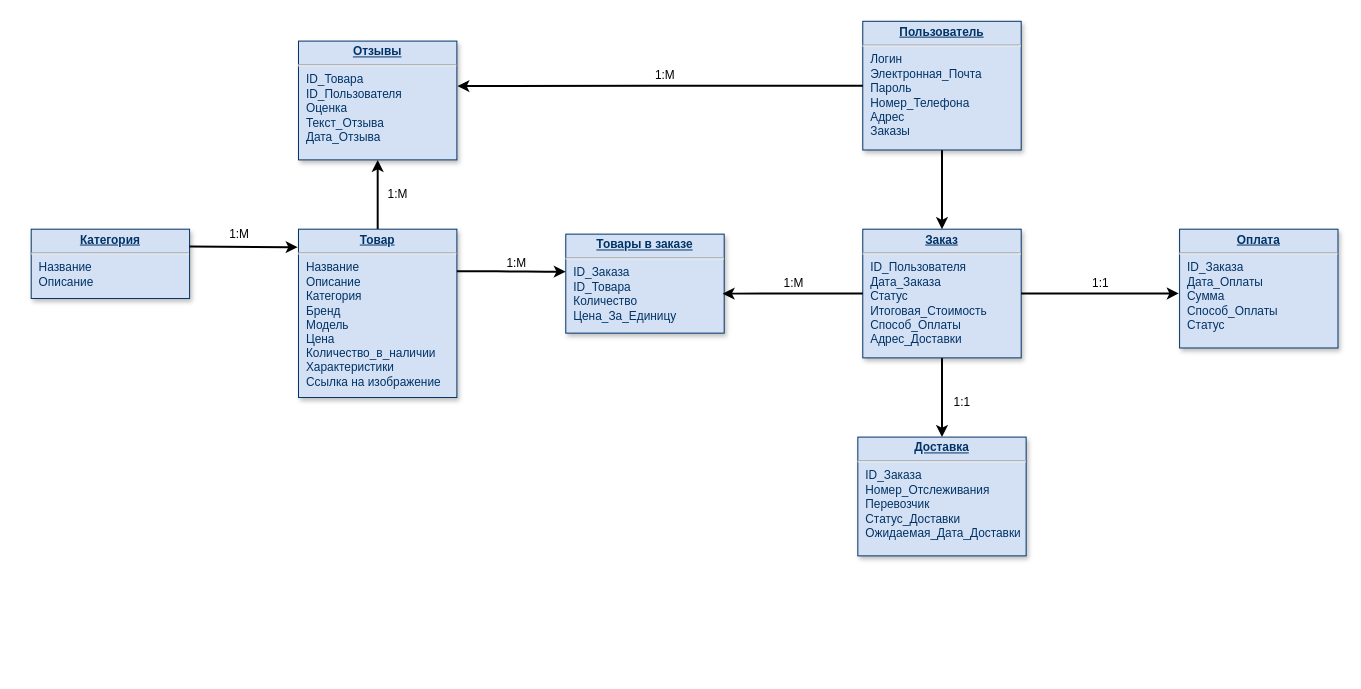
Earlier version of the draw.io diagram Схема_сущностей_PCStation.drawio (graduation318/PCStation). Source tidied: cells renumbered, new cells numbered last; positions are measured from the earlier drawing's top-left corner, leaving out a move shared by most shapes. Both pictures are drawn from the tidied source at 99%, with x=0, y=0 at pixel (31, 21).
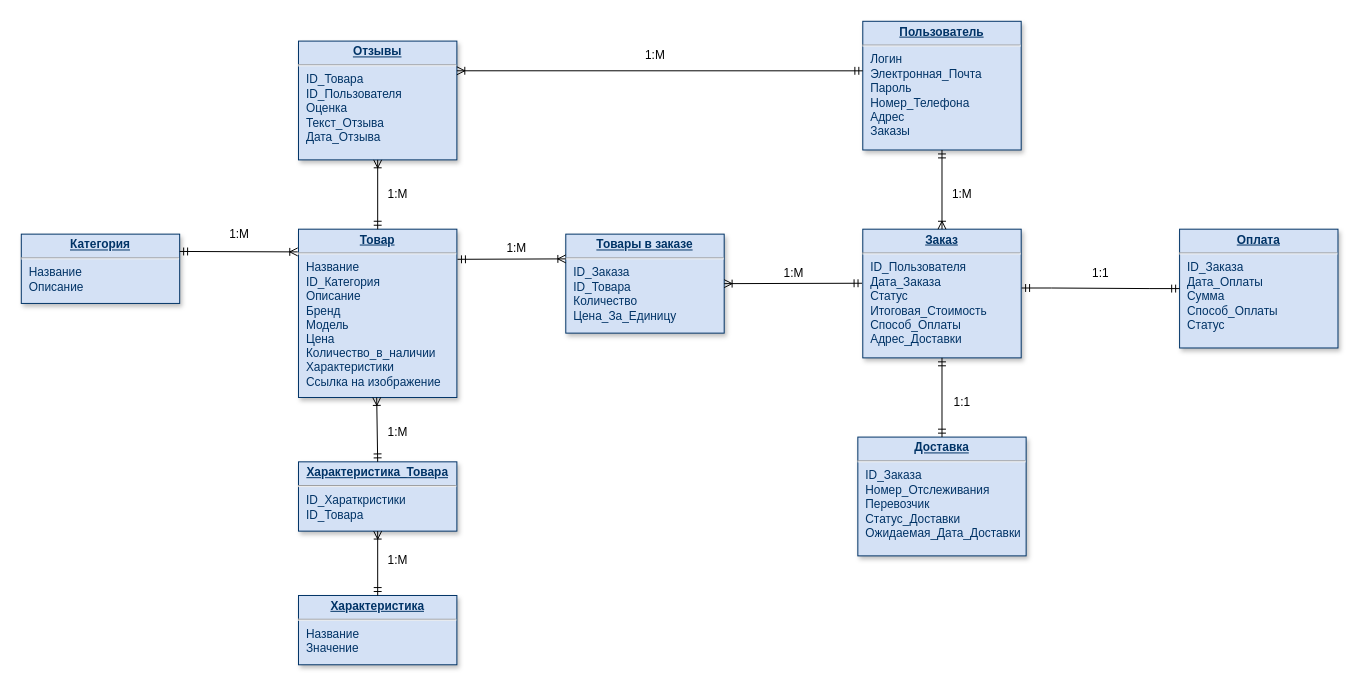
The same diagram, later.

The change refers to these unchanged cells:
```xml
<mxCell id="6" value="&lt;p style=&quot;margin: 0px; margin-top: 4px; text-align: center; text-decoration: underline;&quot;&gt;&lt;strong&gt;Заказ&lt;/strong&gt;&lt;/p&gt;&lt;hr&gt;&lt;p style=&quot;margin: 0px; margin-left: 8px;&quot;&gt;ID_Пользователя&lt;/p&gt;&lt;p style=&quot;margin: 0px; margin-left: 8px;&quot;&gt;Дата_Заказа&lt;/p&gt;&lt;p style=&quot;margin: 0px; margin-left: 8px;&quot;&gt;Статус&lt;/p&gt;&lt;p style=&quot;margin: 0px; margin-left: 8px;&quot;&gt;Итоговая_Стоимость&lt;/p&gt;&lt;p style=&quot;margin: 0px; margin-left: 8px;&quot;&gt;Способ_Оплаты&lt;/p&gt;&lt;p style=&quot;margin: 0px; margin-left: 8px;&quot;&gt;Адрес_Доставки&lt;/p&gt;" style="verticalAlign=top;align=left;overflow=fill;fontSize=12;fontFamily=Helvetica;html=1;strokeColor=#003366;shadow=1;fillColor=#D4E1F5;fontColor=#003366;" parent="1" vertex="1">
  <mxGeometry x="840" y="210" width="160" height="130" as="geometry" />
</mxCell>
<mxCell id="7" value="&lt;p style=&quot;margin: 0px; margin-top: 4px; text-align: center; text-decoration: underline;&quot;&gt;&lt;strong&gt;Товары в заказе&lt;/strong&gt;&lt;/p&gt;&lt;hr&gt;&lt;p style=&quot;margin: 0px; margin-left: 8px;&quot;&gt;ID_Заказа&lt;/p&gt;&lt;p style=&quot;margin: 0px; margin-left: 8px;&quot;&gt;ID_Товара&lt;/p&gt;&lt;p style=&quot;margin: 0px; margin-left: 8px;&quot;&gt;Количество&lt;/p&gt;&lt;p style=&quot;margin: 0px; margin-left: 8px;&quot;&gt;Цена_За_Единицу&lt;/p&gt;&lt;p style=&quot;margin: 0px; margin-left: 8px;&quot;&gt;&lt;br&gt;&lt;/p&gt;" style="verticalAlign=top;align=left;overflow=fill;fontSize=12;fontFamily=Helvetica;html=1;strokeColor=#003366;shadow=1;fillColor=#D4E1F5;fontColor=#003366;" parent="1" vertex="1">
  <mxGeometry x="540" y="215" width="160" height="100" as="geometry" />
</mxCell>
<mxCell id="9" value="&lt;p style=&quot;margin: 0px; margin-top: 4px; text-align: center; text-decoration: underline;&quot;&gt;&lt;strong&gt;Пользователь&lt;/strong&gt;&lt;/p&gt;&lt;hr&gt;&lt;p style=&quot;margin: 0px; margin-left: 8px;&quot;&gt;Логин&lt;/p&gt;&lt;p style=&quot;margin: 0px; margin-left: 8px;&quot;&gt;Электронная_Почта&lt;/p&gt;&lt;p style=&quot;margin: 0px; margin-left: 8px;&quot;&gt;Пароль&lt;/p&gt;&lt;p style=&quot;margin: 0px; margin-left: 8px;&quot;&gt;Номер_Телефона&lt;/p&gt;&lt;p style=&quot;margin: 0px; margin-left: 8px;&quot;&gt;Адрес&lt;/p&gt;&lt;p style=&quot;margin: 0px; margin-left: 8px;&quot;&gt;Заказы&lt;/p&gt;&lt;p style=&quot;margin: 0px; margin-left: 8px;&quot;&gt;&lt;br&gt;&lt;/p&gt;" style="verticalAlign=top;align=left;overflow=fill;fontSize=12;fontFamily=Helvetica;html=1;strokeColor=#003366;shadow=1;fillColor=#D4E1F5;fontColor=#003366;" parent="1" vertex="1">
  <mxGeometry x="840" width="160" height="130" as="geometry" />
</mxCell>
<mxCell id="10" value="&lt;p style=&quot;margin: 0px; margin-top: 4px; text-align: center; text-decoration: underline;&quot;&gt;&lt;strong&gt;Оплата&lt;/strong&gt;&lt;/p&gt;&lt;hr&gt;&lt;p style=&quot;margin: 0px; margin-left: 8px;&quot;&gt;ID_Заказа&lt;/p&gt;&lt;p style=&quot;margin: 0px; margin-left: 8px;&quot;&gt;Дата_Оплаты&lt;/p&gt;&lt;p style=&quot;margin: 0px; margin-left: 8px;&quot;&gt;Сумма&lt;/p&gt;&lt;p style=&quot;margin: 0px; margin-left: 8px;&quot;&gt;Способ_Оплаты&lt;/p&gt;&lt;p style=&quot;margin: 0px; margin-left: 8px;&quot;&gt;Статус&lt;/p&gt;&lt;p style=&quot;margin: 0px; margin-left: 8px;&quot;&gt;&lt;br&gt;&lt;/p&gt;" style="verticalAlign=top;align=left;overflow=fill;fontSize=12;fontFamily=Helvetica;html=1;strokeColor=#003366;shadow=1;fillColor=#D4E1F5;fontColor=#003366;" parent="1" vertex="1">
  <mxGeometry x="1160" y="210" width="160" height="120" as="geometry" />
</mxCell>
<mxCell id="11" value="&lt;p style=&quot;margin: 0px; margin-top: 4px; text-align: center; text-decoration: underline;&quot;&gt;&lt;strong&gt;Доставка&lt;/strong&gt;&lt;/p&gt;&lt;hr&gt;&lt;p style=&quot;margin: 0px; margin-left: 8px;&quot;&gt;&lt;span style=&quot;background-color: transparent; color: light-dark(rgb(0, 51, 102), rgb(161, 205, 249));&quot;&gt;ID_Заказа&lt;/span&gt;&lt;/p&gt;&lt;p style=&quot;margin: 0px; margin-left: 8px;&quot;&gt;&lt;span style=&quot;background-color: transparent; color: light-dark(rgb(0, 51, 102), rgb(161, 205, 249));&quot;&gt;Номер_Отслеживания&lt;/span&gt;&lt;/p&gt;&lt;p style=&quot;margin: 0px; margin-left: 8px;&quot;&gt;Перевозчик&lt;/p&gt;&lt;p style=&quot;margin: 0px; margin-left: 8px;&quot;&gt;Статус_Доставки&lt;/p&gt;&lt;p style=&quot;margin: 0px; margin-left: 8px;&quot;&gt;Ожидаемая_Дата_Доставки&lt;/p&gt;&lt;p style=&quot;margin: 0px; margin-left: 8px;&quot;&gt;&lt;br&gt;&lt;/p&gt;" style="verticalAlign=top;align=left;overflow=fill;fontSize=12;fontFamily=Helvetica;html=1;strokeColor=#003366;shadow=1;fillColor=#D4E1F5;fontColor=#003366;" parent="1" vertex="1">
  <mxGeometry x="835" y="420" width="170" height="120" as="geometry" />
</mxCell>
<mxCell id="12" value="&lt;p style=&quot;margin: 0px; margin-top: 4px; text-align: center; text-decoration: underline;&quot;&gt;&lt;strong&gt;Отзывы&lt;/strong&gt;&lt;/p&gt;&lt;hr&gt;&lt;p style=&quot;margin: 0px; margin-left: 8px;&quot;&gt;ID_Товара&lt;/p&gt;&lt;p style=&quot;margin: 0px; margin-left: 8px;&quot;&gt;ID_Пользователя&lt;/p&gt;&lt;p style=&quot;margin: 0px; margin-left: 8px;&quot;&gt;Оценка&lt;/p&gt;&lt;p style=&quot;margin: 0px; margin-left: 8px;&quot;&gt;Текст_Отзыва&lt;/p&gt;&lt;p style=&quot;margin: 0px; margin-left: 8px;&quot;&gt;Дата_Отзыва&lt;/p&gt;&lt;p style=&quot;margin: 0px; margin-left: 8px;&quot;&gt;&lt;br&gt;&lt;/p&gt;" style="verticalAlign=top;align=left;overflow=fill;fontSize=12;fontFamily=Helvetica;html=1;strokeColor=#003366;shadow=1;fillColor=#D4E1F5;fontColor=#003366;" parent="1" vertex="1">
  <mxGeometry x="270" y="20" width="160" height="120" as="geometry" />
</mxCell>
```

The edit, as a diff of the source:
```diff
@@
-    <mxCell id="2" style="edgeStyle=orthogonalEdgeStyle;rounded=1;jettySize=auto;html=1;exitX=0.5;exitY=0;exitDx=0;exitDy=0;entryX=0.5;entryY=1;entryDx=0;entryDy=0;strokeColor=default;strokeWidth=2;align=center;verticalAlign=middle;fontFamily=Helvetica;fontSize=11;fontColor=default;labelBackgroundColor=default;jumpStyle=none;endArrow=classic;curved=0;" parent="1" edge="1" source="3" target="12">
-      <mxGeometry relative="1" as="geometry" />
-    </mxCell>
-    <mxCell id="3" value="&lt;p style=&quot;margin: 0px; margin-top: 4px; text-align: center; text-decoration: underline;&quot;&gt;&lt;strong&gt;Товар&lt;/strong&gt;&lt;/p&gt;&lt;hr&gt;&lt;p style=&quot;margin: 0px; margin-left: 8px;&quot;&gt;Название&lt;/p&gt;&lt;p style=&quot;margin: 0px; margin-left: 8px;&quot;&gt;Описание&lt;/p&gt;&lt;p style=&quot;margin: 0px; margin-left: 8px;&quot;&gt;Категория&lt;/p&gt;&lt;p style=&quot;margin: 0px; margin-left: 8px;&quot;&gt;Бренд&lt;/p&gt;&lt;p style=&quot;margin: 0px; margin-left: 8px;&quot;&gt;Модель&lt;/p&gt;&lt;p style=&quot;margin: 0px; margin-left: 8px;&quot;&gt;Цена&lt;/p&gt;&lt;p style=&quot;margin: 0px; margin-left: 8px;&quot;&gt;Количество_в_наличии&lt;/p&gt;&lt;p style=&quot;margin: 0px; margin-left: 8px;&quot;&gt;Характеристики&lt;/p&gt;&lt;p style=&quot;margin: 0px; margin-left: 8px;&quot;&gt;Ссылка на изображение&lt;/p&gt;" style="verticalAlign=top;align=left;overflow=fill;fontSize=12;fontFamily=Helvetica;html=1;strokeColor=#003366;shadow=1;fillColor=#D4E1F5;fontColor=#003366;" parent="1" vertex="1">
+    <mxCell id="3" value="&lt;p style=&quot;margin: 0px; margin-top: 4px; text-align: center; text-decoration: underline;&quot;&gt;&lt;strong&gt;Товар&lt;/strong&gt;&lt;/p&gt;&lt;hr&gt;&lt;p style=&quot;margin: 0px; margin-left: 8px;&quot;&gt;Название&lt;/p&gt;&lt;p style=&quot;margin: 0px; margin-left: 8px;&quot;&gt;ID_Категория&lt;/p&gt;&lt;p style=&quot;margin: 0px; margin-left: 8px;&quot;&gt;Описание&lt;/p&gt;&lt;p style=&quot;margin: 0px; margin-left: 8px;&quot;&gt;Бренд&lt;/p&gt;&lt;p style=&quot;margin: 0px; margin-left: 8px;&quot;&gt;Модель&lt;/p&gt;&lt;p style=&quot;margin: 0px; margin-left: 8px;&quot;&gt;Цена&lt;/p&gt;&lt;p style=&quot;margin: 0px; margin-left: 8px;&quot;&gt;Количество_в_наличии&lt;/p&gt;&lt;p style=&quot;margin: 0px; margin-left: 8px;&quot;&gt;Характеристики&lt;/p&gt;&lt;p style=&quot;margin: 0px; margin-left: 8px;&quot;&gt;Ссылка на изображение&lt;/p&gt;" style="verticalAlign=top;align=left;overflow=fill;fontSize=12;fontFamily=Helvetica;html=1;strokeColor=#003366;shadow=1;fillColor=#D4E1F5;fontColor=#003366;" parent="1" vertex="1">
       <mxGeometry x="270" y="210" width="160" height="170" as="geometry" />
     </mxCell>
     <mxCell id="4" value="&lt;p style=&quot;margin: 0px; margin-top: 4px; text-align: center; text-decoration: underline;&quot;&gt;&lt;strong&gt;Категория&lt;/strong&gt;&lt;/p&gt;&lt;hr&gt;&lt;p style=&quot;margin: 0px; margin-left: 8px;&quot;&gt;Название&lt;/p&gt;&lt;p style=&quot;margin: 0px; margin-left: 8px;&quot;&gt;Описание&lt;/p&gt;" style="verticalAlign=top;align=left;overflow=fill;fontSize=12;fontFamily=Helvetica;html=1;strokeColor=#003366;shadow=1;fillColor=#D4E1F5;fontColor=#003366;" parent="1" vertex="1">
-      <mxGeometry y="210" width="160" height="70" as="geometry" />
+      <mxGeometry x="-10" y="215" width="160" height="70" as="geometry" />
     </mxCell>
-    <mxCell id="5" style="edgeStyle=orthogonalEdgeStyle;rounded=1;jettySize=auto;html=1;exitX=0.5;exitY=1;exitDx=0;exitDy=0;entryX=0.5;entryY=0;entryDx=0;entryDy=0;strokeColor=default;strokeWidth=2;align=center;verticalAlign=middle;fontFamily=Helvetica;fontSize=11;fontColor=default;labelBackgroundColor=default;jumpStyle=none;endArrow=classic;curved=0;" parent="1" edge="1" source="6" target="11">
-      <mxGeometry relative="1" as="geometry" />
-    </mxCell>
@@
-    <mxCell id="8" style="edgeStyle=orthogonalEdgeStyle;rounded=1;jettySize=auto;html=1;exitX=0.5;exitY=1;exitDx=0;exitDy=0;entryX=0.5;entryY=0;entryDx=0;entryDy=0;strokeColor=default;strokeWidth=2;align=center;verticalAlign=middle;fontFamily=Helvetica;fontSize=11;fontColor=default;labelBackgroundColor=default;jumpStyle=none;endArrow=classic;curved=0;" parent="1" edge="1" source="9" target="6">
-      <mxGeometry relative="1" as="geometry" />
-    </mxCell>
@@
-    <mxCell id="13" style="edgeStyle=orthogonalEdgeStyle;rounded=1;jettySize=auto;html=1;exitX=0;exitY=0.5;exitDx=0;exitDy=0;entryX=0.99;entryY=0.601;entryDx=0;entryDy=0;entryPerimeter=0;strokeColor=default;strokeWidth=2;align=center;verticalAlign=middle;fontFamily=Helvetica;fontSize=11;fontColor=default;labelBackgroundColor=default;jumpStyle=none;endArrow=classic;curved=0;" parent="1" edge="1" source="6" target="7">
-      <mxGeometry relative="1" as="geometry" />
-    </mxCell>
-    <mxCell id="14" style="rounded=1;jettySize=auto;html=1;exitX=1;exitY=0.25;exitDx=0;exitDy=0;entryX=-0.005;entryY=0.107;entryDx=0;entryDy=0;entryPerimeter=0;strokeColor=default;strokeWidth=2;align=center;verticalAlign=middle;fontFamily=Helvetica;fontSize=11;fontColor=default;labelBackgroundColor=default;jumpStyle=none;endArrow=classic;" parent="1" edge="1" source="4" target="3">
-      <mxGeometry relative="1" as="geometry" />
-    </mxCell>
-    <mxCell id="15" style="rounded=1;jettySize=auto;html=1;exitX=1;exitY=0.25;exitDx=0;exitDy=0;entryX=0;entryY=0.379;entryDx=0;entryDy=0;entryPerimeter=0;strokeColor=default;strokeWidth=2;align=center;verticalAlign=middle;fontFamily=Helvetica;fontSize=11;fontColor=default;labelBackgroundColor=default;jumpStyle=none;endArrow=classic;edgeStyle=entityRelationEdgeStyle;" parent="1" edge="1" source="3" target="7">
-      <mxGeometry relative="1" as="geometry">
-        <Array as="points">
-          <mxPoint x="490" y="280" />
-          <mxPoint x="480" y="290" />
-          <mxPoint x="490" y="290" />
-        </Array>
-      </mxGeometry>
-    </mxCell>
-    <mxCell id="16" style="edgeStyle=orthogonalEdgeStyle;rounded=1;jettySize=auto;html=1;exitX=1;exitY=0.5;exitDx=0;exitDy=0;entryX=-0.005;entryY=0.541;entryDx=0;entryDy=0;entryPerimeter=0;strokeColor=default;strokeWidth=2;align=center;verticalAlign=middle;fontFamily=Helvetica;fontSize=11;fontColor=default;labelBackgroundColor=default;jumpStyle=none;endArrow=classic;curved=0;" parent="1" edge="1" source="6" target="10">
-      <mxGeometry relative="1" as="geometry" />
-    </mxCell>
-    <mxCell id="17" style="edgeStyle=orthogonalEdgeStyle;rounded=1;jettySize=auto;html=1;exitX=0;exitY=0.5;exitDx=0;exitDy=0;entryX=1.003;entryY=0.379;entryDx=0;entryDy=0;entryPerimeter=0;strokeColor=default;strokeWidth=2;align=center;verticalAlign=middle;fontFamily=Helvetica;fontSize=11;fontColor=default;labelBackgroundColor=default;jumpStyle=none;endArrow=classic;curved=0;" parent="1" edge="1" source="9" target="12">
-      <mxGeometry relative="1" as="geometry" />
-    </mxCell>
@@
     <mxCell id="19" value="1:М" style="text;html=1;align=center;verticalAlign=middle;strokeColor=none;fillColor=none;" parent="1" vertex="1">
-      <mxGeometry x="620" y="40" width="40" height="30" as="geometry" />
+      <mxGeometry x="610" y="20" width="40" height="30" as="geometry" />
     </mxCell>
     <mxCell id="20" value="1:М" style="text;html=1;align=center;verticalAlign=middle;strokeColor=none;fillColor=none;" parent="1" vertex="1">
-      <mxGeometry x="750" y="250" width="40" height="30" as="geometry" />
+      <mxGeometry x="750" y="240" width="40" height="30" as="geometry" />
     </mxCell>
     <mxCell id="21" value="1:1" style="text;html=1;align=center;verticalAlign=middle;strokeColor=none;fillColor=none;" parent="1" vertex="1">
-      <mxGeometry x="1060" y="250" width="40" height="30" as="geometry" />
+      <mxGeometry x="1060" y="240" width="40" height="30" as="geometry" />
     </mxCell>
@@
     <mxCell id="24" value="1:М" style="text;html=1;align=center;verticalAlign=middle;strokeColor=none;fillColor=none;" parent="1" vertex="1">
-      <mxGeometry x="470" y="230" width="40" height="30" as="geometry" />
+      <mxGeometry x="470" y="215" width="40" height="30" as="geometry" />
     </mxCell>
+    <mxCell id="25" value="&lt;p style=&quot;margin: 0px; margin-top: 4px; text-align: center; text-decoration: underline;&quot;&gt;&lt;strong&gt;Характеристика&lt;/strong&gt;&lt;/p&gt;&lt;hr&gt;&lt;p style=&quot;margin: 0px; margin-left: 8px;&quot;&gt;Название&lt;/p&gt;&lt;p style=&quot;margin: 0px; margin-left: 8px;&quot;&gt;Значение&lt;/p&gt;" style="verticalAlign=top;align=left;overflow=fill;fontSize=12;fontFamily=Helvetica;html=1;strokeColor=#003366;shadow=1;fillColor=#D4E1F5;fontColor=#003366;" parent="1" vertex="1">
+      <mxGeometry x="270" y="580" width="160" height="70" as="geometry" />
+    </mxCell>
+    <mxCell id="26" value="&lt;p style=&quot;margin: 0px; margin-top: 4px; text-align: center; text-decoration: underline;&quot;&gt;&lt;strong&gt;Характеристика_Товара&lt;/strong&gt;&lt;/p&gt;&lt;hr&gt;&lt;p style=&quot;margin: 0px; margin-left: 8px;&quot;&gt;ID_Хараткристики&lt;/p&gt;&lt;p style=&quot;margin: 0px; margin-left: 8px;&quot;&gt;ID_Товара&lt;/p&gt;" style="verticalAlign=top;align=left;overflow=fill;fontSize=12;fontFamily=Helvetica;html=1;strokeColor=#003366;shadow=1;fillColor=#D4E1F5;fontColor=#003366;" parent="1" vertex="1">
+      <mxGeometry x="270" y="445" width="160" height="70" as="geometry" />
+    </mxCell>
+    <mxCell id="27" style="fontSize=12;html=1;endArrow=ERoneToMany;startArrow=ERmandOne;rounded=0;entryX=0.5;entryY=1;entryDx=0;entryDy=0;exitX=0.5;exitY=0;exitDx=0;exitDy=0;" parent="1" edge="1" source="25" target="26">
+      <mxGeometry relative="1" as="geometry" />
+    </mxCell>
+    <mxCell id="28" style="fontSize=12;html=1;endArrow=ERoneToMany;startArrow=ERmandOne;rounded=0;exitX=0.5;exitY=0;exitDx=0;exitDy=0;" parent="1" edge="1" source="26">
+      <mxGeometry relative="1" as="geometry">
+        <mxPoint x="349" y="380" as="targetPoint" />
+      </mxGeometry>
+    </mxCell>
+    <mxCell id="14" style="fontSize=12;html=1;endArrow=ERoneToMany;startArrow=ERmandOne;rounded=0;exitX=1;exitY=0.25;exitDx=0;exitDy=0;entryX=-0.005;entryY=0.135;entryDx=0;entryDy=0;entryPerimeter=0;" parent="1" edge="1" source="4" target="3">
+      <mxGeometry relative="1" as="geometry" />
+    </mxCell>
+    <mxCell id="2" style="fontSize=12;html=1;endArrow=ERoneToMany;startArrow=ERmandOne;rounded=0;exitX=0.5;exitY=0;exitDx=0;exitDy=0;entryX=0.5;entryY=1;entryDx=0;entryDy=0;" parent="1" edge="1" source="3" target="12">
+      <mxGeometry relative="1" as="geometry" />
+    </mxCell>
+    <mxCell id="15" style="fontSize=12;html=1;endArrow=ERoneToMany;startArrow=ERmandOne;rounded=0;exitX=1.004;exitY=0.179;exitDx=0;exitDy=0;entryX=0;entryY=0.25;entryDx=0;entryDy=0;exitPerimeter=0;" parent="1" edge="1" source="3" target="7">
+      <mxGeometry relative="1" as="geometry" />
+    </mxCell>
+    <mxCell id="17" style="fontSize=12;html=1;endArrow=ERoneToMany;startArrow=ERmandOne;rounded=0;exitX=0;exitY=0.385;exitDx=0;exitDy=0;entryX=1;entryY=0.25;entryDx=0;entryDy=0;exitPerimeter=0;" parent="1" edge="1" source="9" target="12">
+      <mxGeometry relative="1" as="geometry" />
+    </mxCell>
+    <mxCell id="29" style="fontSize=12;html=1;endArrow=ERoneToMany;startArrow=ERmandOne;rounded=0;exitX=0.5;exitY=1;exitDx=0;exitDy=0;" parent="1" edge="1" source="9">
+      <mxGeometry relative="1" as="geometry">
+        <mxPoint x="920" y="210" as="targetPoint" />
+      </mxGeometry>
+    </mxCell>
+    <mxCell id="13" style="fontSize=12;html=1;endArrow=ERoneToMany;startArrow=ERmandOne;rounded=0;exitX=-0.005;exitY=0.42;exitDx=0;exitDy=0;entryX=1;entryY=0.5;entryDx=0;entryDy=0;exitPerimeter=0;" parent="1" edge="1" source="6" target="7">
+      <mxGeometry relative="1" as="geometry" />
+    </mxCell>
+    <mxCell id="16" style="edgeStyle=entityRelationEdgeStyle;fontSize=12;html=1;endArrow=ERmandOne;startArrow=ERmandOne;rounded=0;entryX=0;entryY=0.5;entryDx=0;entryDy=0;exitX=1.003;exitY=0.457;exitDx=0;exitDy=0;exitPerimeter=0;" parent="1" edge="1" source="6" target="10">
+      <mxGeometry relative="1" as="geometry" />
+    </mxCell>
+    <mxCell id="5" style="fontSize=12;html=1;endArrow=ERmandOne;startArrow=ERmandOne;rounded=0;entryX=0.5;entryY=0;entryDx=0;entryDy=0;exitX=0.5;exitY=1;exitDx=0;exitDy=0;" parent="1" edge="1" source="6" target="11">
+      <mxGeometry relative="1" as="geometry" />
+    </mxCell>
+    <mxCell id="30" value="1:М" style="text;html=1;align=center;verticalAlign=middle;strokeColor=none;fillColor=none;" parent="1" vertex="1">
+      <mxGeometry x="350" y="530" width="40" height="30" as="geometry" />
+    </mxCell>
+    <mxCell id="31" value="1:М" style="text;html=1;align=center;verticalAlign=middle;strokeColor=none;fillColor=none;" parent="1" vertex="1">
+      <mxGeometry x="350" y="400" width="40" height="30" as="geometry" />
+    </mxCell>
+    <mxCell id="32" value="1:М" style="text;html=1;align=center;verticalAlign=middle;strokeColor=none;fillColor=none;" parent="1" vertex="1">
+      <mxGeometry x="920" y="160" width="40" height="30" as="geometry" />
+    </mxCell>
```
